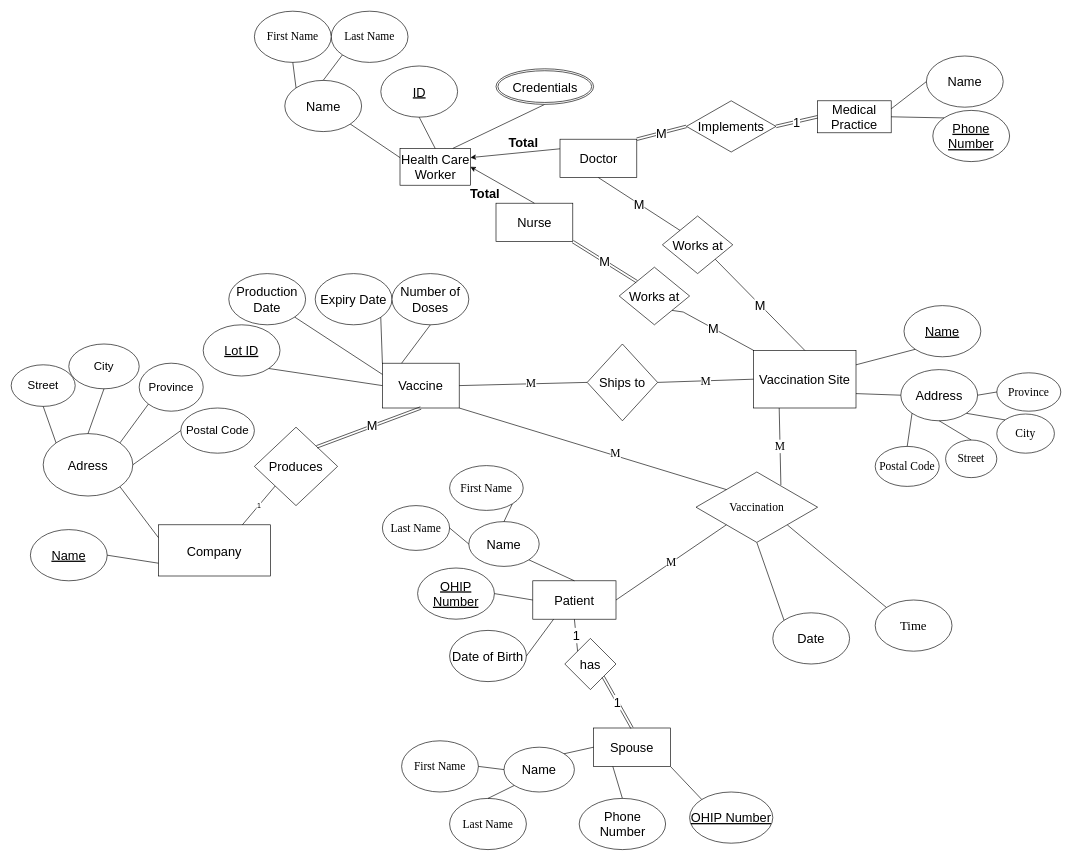
Before: as1.drawio in Jonascccc/CISC332, a draw.io diagram. Source tidied: cells renumbered, new cells numbered last; positions are measured from the earlier drawing's top-left corner, leaving out a move shared by most shapes. Both pictures are drawn from the tidied source at 64%, with x=0, y=0 at pixel (11, 11).
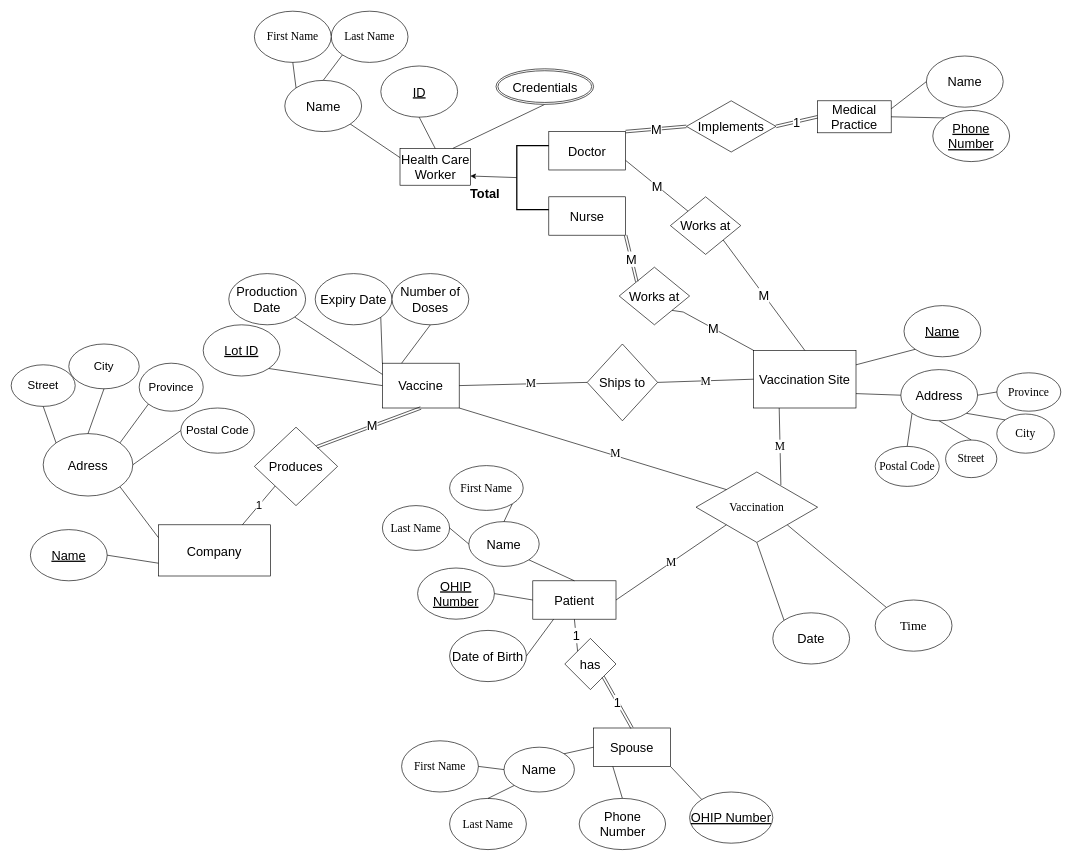
The same page after the edit.

The change refers to these unchanged cells:
```xml
<mxCell id="2" value="Company" style="rounded=0;whiteSpace=wrap;html=1;fontSize=20;" parent="1" vertex="1">
  <mxGeometry x="230" y="802.5" width="175" height="80" as="geometry" />
</mxCell>
<mxCell id="6" value="Health Care Worker" style="rounded=0;whiteSpace=wrap;html=1;fontSize=20;" parent="1" vertex="1">
  <mxGeometry x="607.5" y="214.4" width="110" height="57.5" as="geometry" />
</mxCell>
<mxCell id="29" value="Produces" style="rhombus;whiteSpace=wrap;html=1;fontSize=20;" parent="1" vertex="1">
  <mxGeometry x="380" y="650" width="130" height="122.5" as="geometry" />
</mxCell>
```

The edit, as a diff of the source:
```diff
@@
     <mxCell id="38" value="Nurse" style="rounded=0;whiteSpace=wrap;html=1;strokeColor=default;fillColor=none;fontSize=20;" parent="1" vertex="1">
-      <mxGeometry x="757.5" y="300" width="120" height="60" as="geometry" />
+      <mxGeometry x="840" y="290" width="120" height="60" as="geometry" />
     </mxCell>
     <mxCell id="39" value="Doctor" style="rounded=0;whiteSpace=wrap;html=1;strokeColor=default;fillColor=none;fontSize=20;" parent="1" vertex="1">
-      <mxGeometry x="857.5" y="200" width="120" height="60" as="geometry" />
+      <mxGeometry x="840" y="188.1" width="120" height="60" as="geometry" />
     </mxCell>
@@
-    <mxCell id="41" style="edgeStyle=none;rounded=0;jettySize=auto;html=1;entryX=1;entryY=0.5;entryDx=0;entryDy=0;fontSize=20;exitX=0.5;exitY=0;exitDx=0;exitDy=0;" parent="1" edge="1" source="38" target="6">
+    <mxCell id="41" style="edgeStyle=none;rounded=0;jettySize=auto;html=1;entryX=1;entryY=0.75;entryDx=0;entryDy=0;fontSize=20;exitX=0;exitY=0.5;exitDx=0;exitDy=0;exitPerimeter=0;" parent="1" edge="1" source="113" target="6">
       <mxGeometry relative="1" as="geometry" />
     </mxCell>
@@
-    <mxCell id="45" value="M" style="endArrow=none;html=1;rounded=0;entryX=0.5;entryY=1;entryDx=0;entryDy=0;exitX=0;exitY=0;exitDx=0;exitDy=0;fontSize=20;" parent="1" edge="1" source="89" target="39">
+    <mxCell id="45" value="M" style="endArrow=none;html=1;rounded=0;entryX=1;entryY=0.75;entryDx=0;entryDy=0;exitX=0;exitY=0;exitDx=0;exitDy=0;fontSize=20;" parent="1" edge="1" source="89" target="39">
       <mxGeometry relative="1" as="geometry" />
     </mxCell>
@@
-    <mxCell id="79" value="1" style="endArrow=none;html=1;rounded=0;entryX=0;entryY=1;entryDx=0;entryDy=0;exitX=0.75;exitY=0;exitDx=0;exitDy=0;" parent="1" edge="1" source="2" target="29">
+    <mxCell id="79" value="&lt;font style=&quot;font-size: 18px&quot;&gt;1&lt;/font&gt;" style="endArrow=none;html=1;rounded=0;entryX=0;entryY=1;entryDx=0;entryDy=0;exitX=0.75;exitY=0;exitDx=0;exitDy=0;" parent="1" edge="1" source="2" target="29">
       <mxGeometry relative="1" as="geometry" />
     </mxCell>
@@
     <mxCell id="89" value="Works at" style="rhombus;whiteSpace=wrap;html=1;strokeColor=default;fillColor=none;fontSize=20;" parent="1" vertex="1">
-      <mxGeometry x="1017.5" y="320" width="110" height="90" as="geometry" />
+      <mxGeometry x="1030" y="290" width="110" height="90" as="geometry" />
     </mxCell>
-    <mxCell id="90" style="edgeStyle=none;rounded=0;jettySize=auto;html=1;fontSize=20;exitX=0;exitY=0.25;exitDx=0;exitDy=0;entryX=1;entryY=0.25;entryDx=0;entryDy=0;" parent="1" edge="1" source="39" target="6">
-      <mxGeometry relative="1" as="geometry" />
-    </mxCell>
-    <mxCell id="91" value="&lt;b style=&quot;font-size: 20px;&quot;&gt;Total&lt;/b&gt;" style="text;html=1;align=center;verticalAlign=middle;strokeColor=none;fillColor=none;fontSize=20;" parent="1" vertex="1">
-      <mxGeometry x="770" y="190" width="60" height="30" as="geometry" />
-    </mxCell>
@@
+    <mxCell id="113" style="strokeWidth=2;html=1;shape=mxgraph.flowchart.annotation_1;align=left;" parent="1" vertex="1">
+      <mxGeometry x="790" y="210" width="50" height="100" as="geometry" />
+    </mxCell>
```
